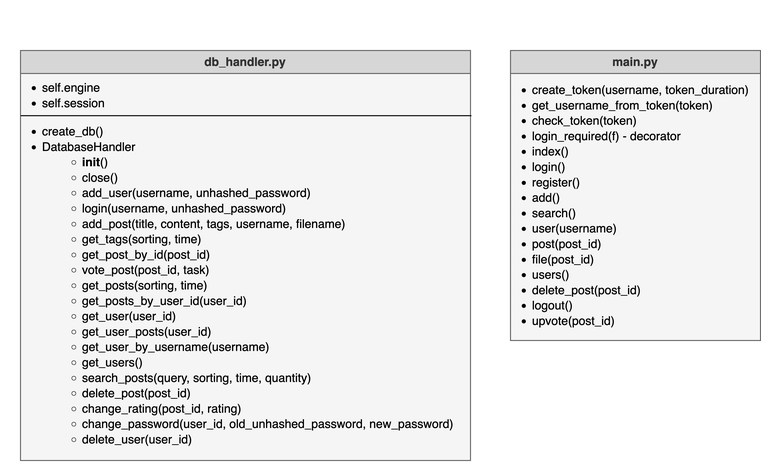
The draw.io diagram assets/documentation/UML.png in Alsa2/g4, before a commit. Source tidied: cells renumbered, new cells last; positions are measured from the earlier drawing's top-left corner, leaving out a move shared by most shapes.
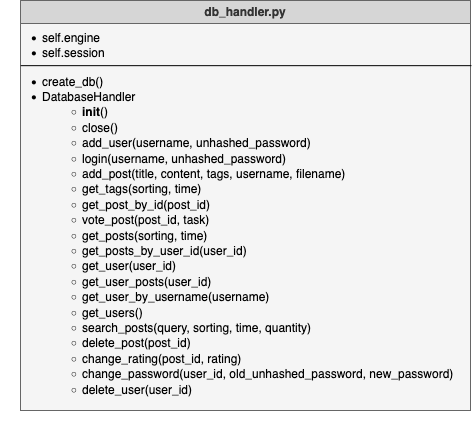
Above is the later version.

Change to the diagram source:
```diff
@@ -17,14 +17,5 @@
     <mxCell id="6" style="endArrow=none;html=1;rounded=0;exitX=1.002;exitY=0.041;exitDx=0;exitDy=0;exitPerimeter=0;entryX=0.043;entryY=0.041;entryDx=0;entryDy=0;entryPerimeter=0;" parent="3" edge="1" source="5" target="5">
       <mxGeometry relative="1" as="geometry" />
     </mxCell>
-    <mxCell id="7" style="rounded=0;whiteSpace=wrap;html=1;fillColor=#f5f5f5;fontColor=#333333;strokeColor=#666666;" parent="1" vertex="1">
-      <mxGeometry x="510" y="50" width="250" height="290" as="geometry" />
-    </mxCell>
-    <mxCell id="8" value="main.py" style="swimlane;whiteSpace=wrap;html=1;fillColor=#D6D6D6;fontColor=#333333;strokeColor=#666666;" parent="1" vertex="1">
-      <mxGeometry x="510" y="50" width="250" height="290" as="geometry" />
-    </mxCell>
-    <mxCell id="9" value="&lt;div align=&quot;left&quot;&gt;&lt;ul&gt;&lt;li&gt;create_token(username, token_duration)&lt;/li&gt;&lt;li&gt;get_username_from_token(token)&lt;/li&gt;&lt;li&gt;check_token(token)&lt;/li&gt;&lt;li&gt;login_required(f) - decorator&lt;/li&gt;&lt;li&gt;index()&lt;/li&gt;&lt;li&gt;login()&lt;/li&gt;&lt;li&gt;register()&lt;/li&gt;&lt;li&gt;add()&lt;/li&gt;&lt;li&gt;search()&lt;/li&gt;&lt;li&gt;user(username)&lt;/li&gt;&lt;li&gt;post(post_id)&lt;/li&gt;&lt;li&gt;file(post_id)&lt;/li&gt;&lt;li&gt;users()&lt;/li&gt;&lt;li&gt;delete_post(post_id)&lt;/li&gt;&lt;li&gt;logout()&lt;/li&gt;&lt;li&gt;upvote(post_id)&lt;/li&gt;&lt;/ul&gt;&lt;/div&gt;" style="text;html=1;strokeColor=none;fillColor=none;align=left;verticalAlign=middle;whiteSpace=wrap;rounded=0;" parent="8" vertex="1">
-      <mxGeometry x="-20" y="-50" width="260" height="410" as="geometry" />
-    </mxCell>
   </root>
 </mxGraphModel>
```
